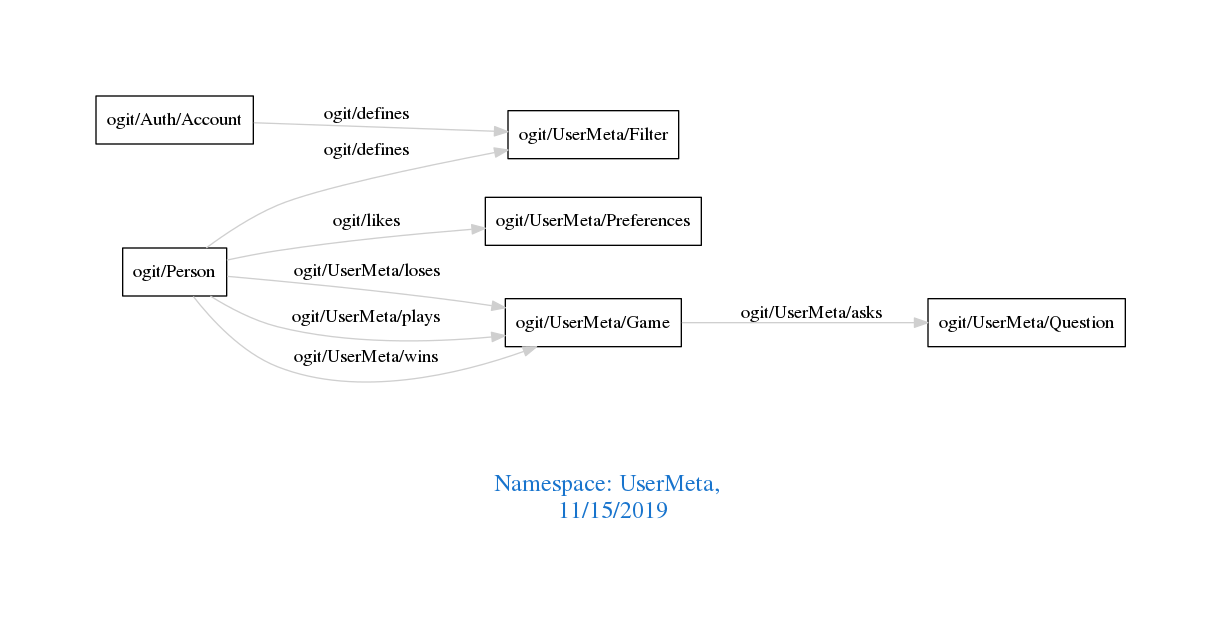
This is downloads/UserMeta.png from arago/OGIT, a Graphviz export, as it was before one commit. Its source is kept beside it as downloads/UserMeta.dot.
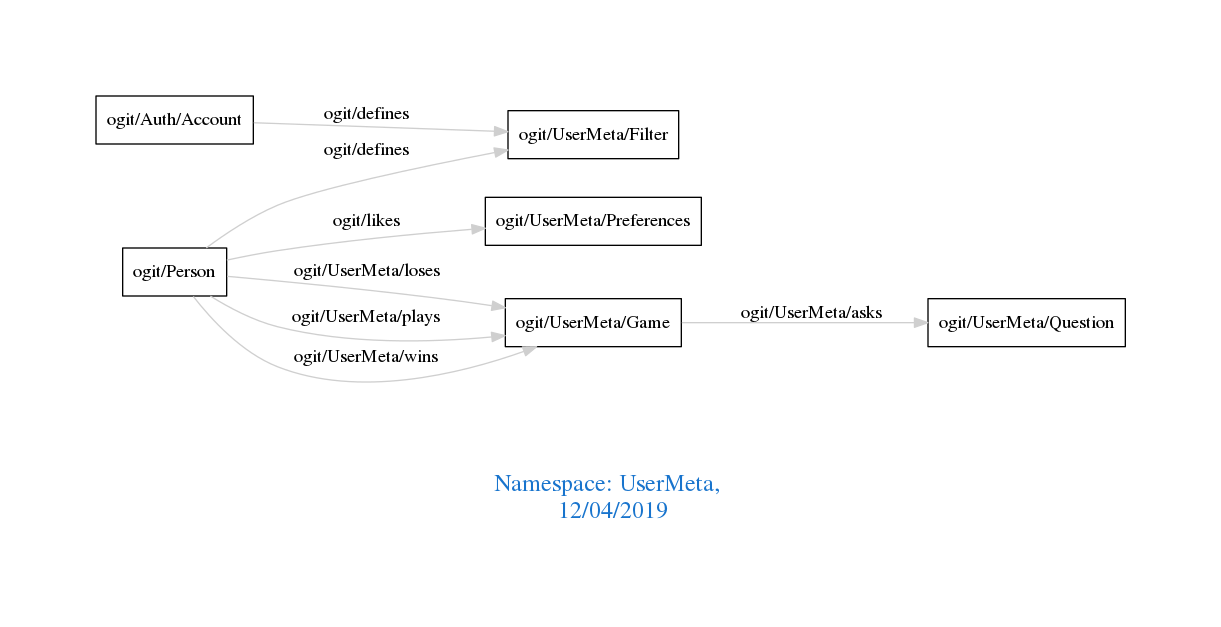
The same diagram one commit later.

Change to the diagram source:
```diff
@@ -1,7 +1,7 @@
 digraph OGIT_ontology {
  graph [ rankdir= LR,pad=1
 fontsize = 18,
-fontcolor= dodgerblue3,label = "\n\n\nNamespace: UserMeta, \n 11/15/2019"];
+fontcolor= dodgerblue3,label = "\n\n\nNamespace: UserMeta, \n 12/04/2019"];
 node[shape=polygon];
 edge [  color="gray81"];
 
```
